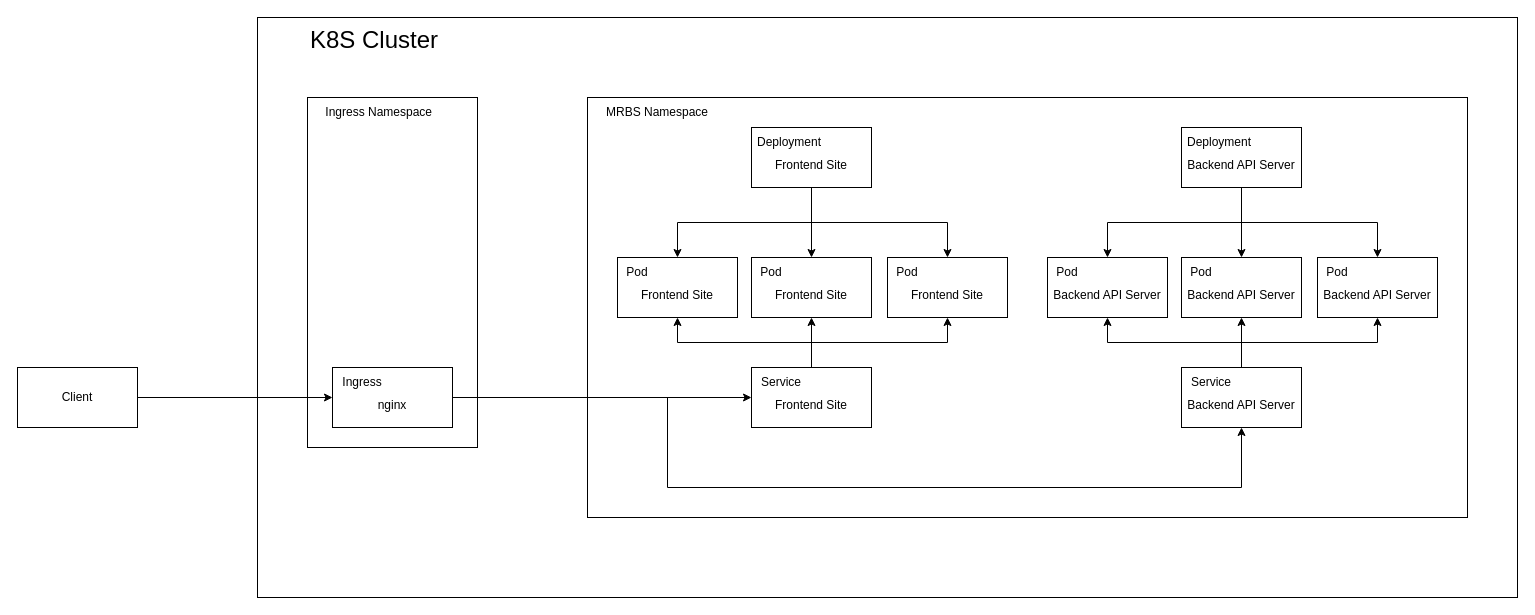
This is doc/k8s_architecture.drawio from tommygood/Meeting-Room-Booking-System, a draw.io file, before an edit. Source tidied: cells renumbered, new cells numbered last; positions are measured from the earlier drawing's top-left corner, leaving out a move shared by most shapes. Both pictures are drawn from the tidied source at 100%, with x=0, y=0 at pixel (17, 17).
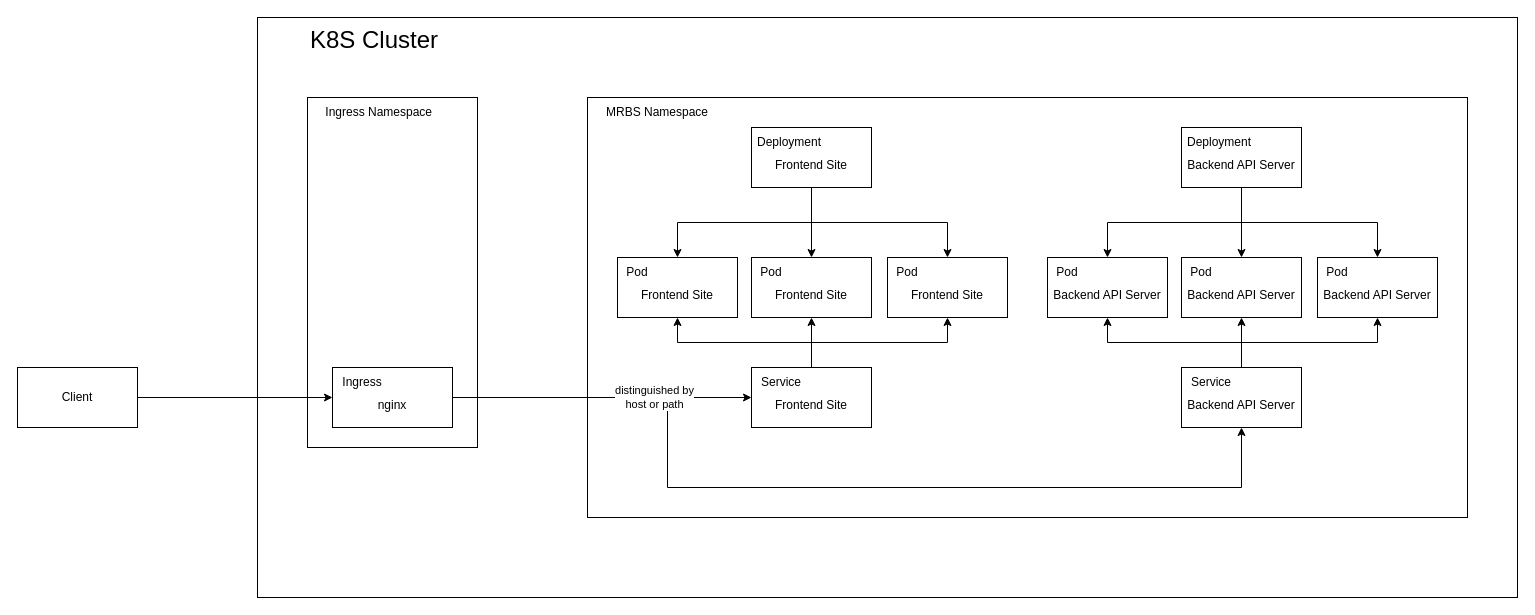
After the change.

Unchanged cells that the change refers to:
```xml
<mxCell id="39" style="edgeStyle=orthogonalEdgeStyle;rounded=0;jettySize=auto;html=1;exitX=1;exitY=0.5;exitDx=0;exitDy=0;entryX=0.5;entryY=1;entryDx=0;entryDy=0;" parent="1" edge="1" source="40" target="36">
  <mxGeometry relative="1" as="geometry">
    <Array as="points">
      <mxPoint x="650" y="380" />
      <mxPoint x="650" y="470" />
      <mxPoint x="1224" y="470" />
    </Array>
  </mxGeometry>
</mxCell>
```

The edit, as a diff of the source:
```diff
@@
+    <mxCell id="46" value="distinguished by&lt;div&gt;host or path&lt;/div&gt;" style="edgeLabel;html=1;align=center;verticalAlign=middle;" parent="39" vertex="1">
+      <mxGeometry x="-0.57" y="1" relative="1" as="geometry">
+        <mxPoint x="-1" as="offset" />
+      </mxGeometry>
+    </mxCell>
```
